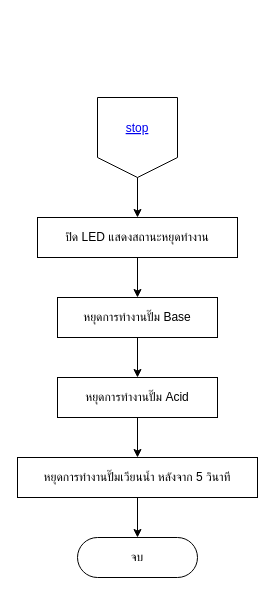
Above: page "stop worker" (4 of 6) of flowcharts/hardware.drawio in thestampr/pHConditioner (draw.io), before the change. Source tidied: cells renumbered, new cells numbered last; positions are measured from the earlier drawing's top-left corner, leaving out a move shared by most shapes. Both pictures are drawn from the tidied source at 100%, with x=0, y=0 at pixel (17, 97).
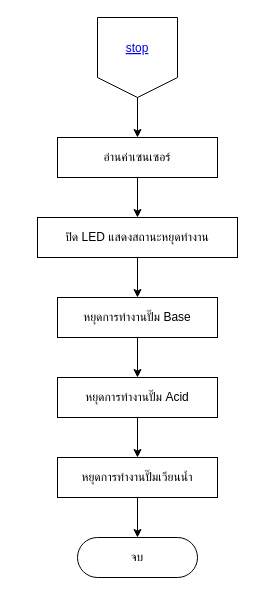
The same page after the edit.

Commit message (it also covers changes not shown here):
Add cleanup, New flowchart

Unchanged cells that the change refers to:
```xml
<mxCell id="10" value="ปิด LED แสดงสถานะหยุดทำงาน" style="whiteSpace=wrap;html=1;fillColor=none;strokeColor=#000000;fontColor=#000000;rounded=0;labelBackgroundColor=none;comic=0;" parent="1" vertex="1">
  <mxGeometry x="20" y="120" width="200" height="40" as="geometry" />
</mxCell>
```

What changed in the source:
```diff
@@
-    <mxCell id="7" value="หยุดการทำงานปั๊มเวียนน้ำ หลังจาก 5 วินาที" style="whiteSpace=wrap;html=1;rounded=0;labelBackgroundColor=none;comic=0;strokeColor=#000000;fontColor=#000000;fillColor=none;" parent="1" vertex="1">
-      <mxGeometry y="360" width="240" height="40" as="geometry" />
+    <mxCell id="7" value="หยุดการทำงานปั๊มเวียนน้ำ" style="whiteSpace=wrap;html=1;rounded=0;labelBackgroundColor=none;comic=0;strokeColor=#000000;fontColor=#000000;fillColor=none;" parent="1" vertex="1">
+      <mxGeometry x="40" y="360" width="160" height="40" as="geometry" />
     </mxCell>
-    <mxCell id="8" style="edgeStyle=none;html=1;strokeColor=#000000;fontColor=#000000;endArrow=classic;endFill=1;" parent="1" edge="1" target="10">
+    <mxCell id="8" style="edgeStyle=none;html=1;strokeColor=#000000;fontColor=#000000;endArrow=classic;endFill=1;entryX=0.5;entryY=0;entryDx=0;entryDy=0;" parent="1" edge="1" target="20">
       <mxGeometry relative="1" as="geometry">
-        <mxPoint x="120" y="80" as="sourcePoint" />
+        <mxPoint x="120" as="sourcePoint" />
       </mxGeometry>
     </mxCell>
@@
     <mxCell id="12" style="group;rounded=0;labelBackgroundColor=none;comic=0;strokeColor=none;fontColor=#000000;fillColor=none;" parent="1" vertex="1">
-      <mxGeometry x="80" width="80" height="80" as="geometry" />
+      <mxGeometry x="80" y="-80" width="80" height="80" as="geometry" />
     </mxCell>
@@
+    <mxCell id="19" style="edgeStyle=none;html=1;strokeColor=#000000;strokeWidth=1;" parent="1" edge="1" source="20" target="10">
+      <mxGeometry relative="1" as="geometry" />
+    </mxCell>
+    <mxCell id="20" value="อ่านค่าเซนเซอร์" style="whiteSpace=wrap;html=1;rounded=0;labelBackgroundColor=none;comic=0;strokeColor=#000000;fontColor=#000000;fillColor=none;" parent="1" vertex="1">
+      <mxGeometry x="40" y="40" width="160" height="40" as="geometry" />
+    </mxCell>
```
